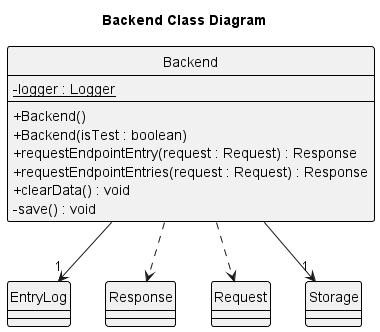
Earlier version of the PlantUML export docs/static/backend/BackendClassDiagram.png (nus-cs2113-AY2223S2/tp). Source of this version:
```plantuml
@startuml
!include ../Style.puml

title Backend Class Diagram

class Backend
class EntryLog
class Response
class Request
class Storage

Backend ..> Request
Backend ..> Response
Backend --> "1" Storage
Backend --> "1" EntryLog

class Backend {
- {static} logger : Logger

+ Backend()
+ Backend(isTest : boolean)
+ requestEndpointEntry(request : Request) : Response
+ requestEndpointEntries(request : Request) : Response
+ clearData() : void
- save() : void
}
@enduml
```
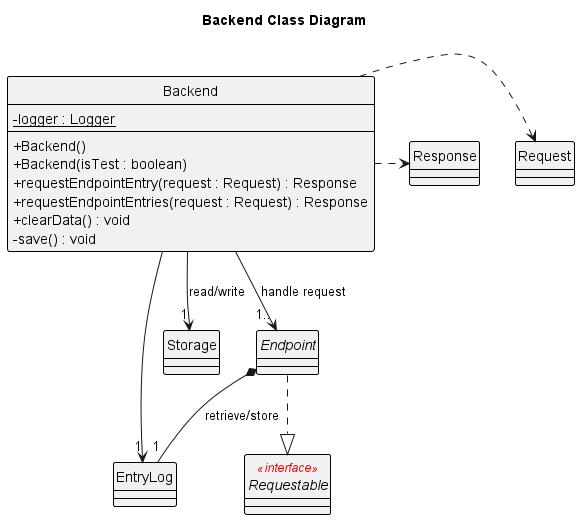
Above is the later version.

Commit message:
docs: merge backend diagram

What changed in the source:
```diff
@@ -8,11 +8,16 @@
 class Response
 class Request
 class Storage
+interface Requestable <<interface>>
+abstract class Endpoint
 
-Backend ..> Request
-Backend ..> Response
-Backend --> "1" Storage
+Endpoint ..|> Requestable
+Backend --> "1.." Endpoint : handle request
+Backend .> Request
+Backend .> Response
+Backend --> "1" Storage : read/write
 Backend --> "1" EntryLog
+Endpoint *-- "1" EntryLog : retrieve/store
 
 class Backend {
 - {static} logger : Logger
@@ -24,4 +29,5 @@
 + clearData() : void
 - save() : void
 }
+
 @enduml
```
